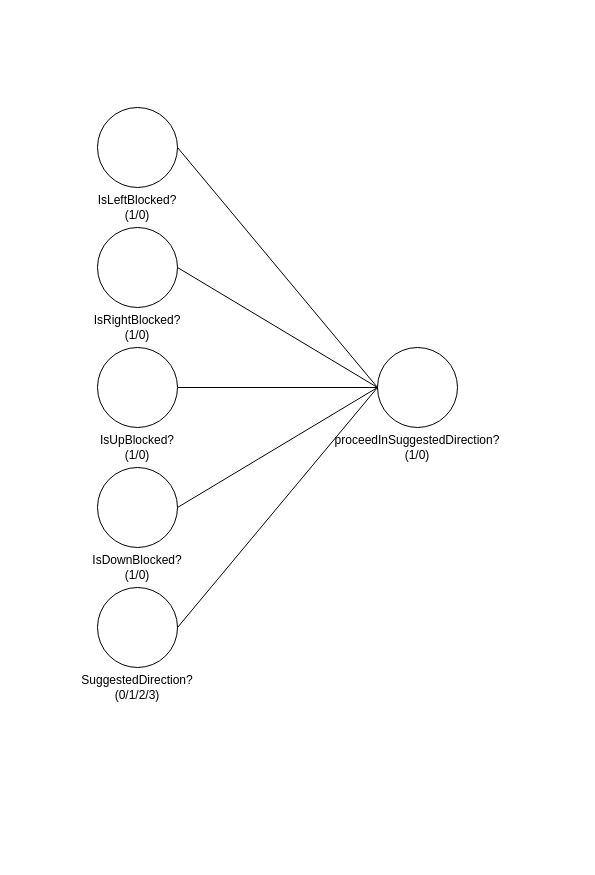
CormacAsGaeilge/Snake-Neural-Network-Project keeps this draw.io diagram as page "Page-1" (1 of 2) of docs/features_diagram.drawio. Above is the earlier version. Source tidied: cells renumbered, new cells numbered last; positions are measured from the earlier drawing's top-left corner, leaving out a move shared by most shapes. Both pictures are drawn from the tidied source at 100%, with x=0, y=0 at pixel (97, 107).
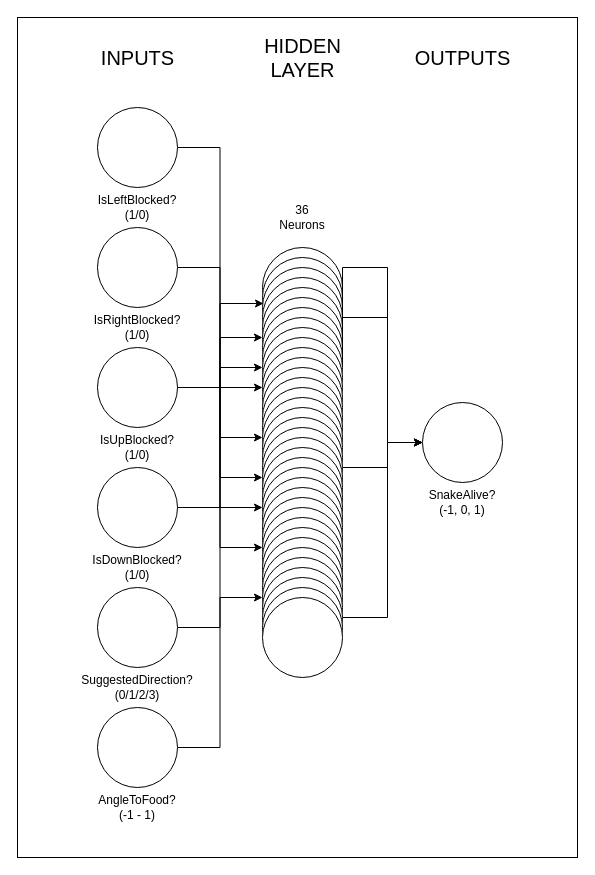
The same diagram, later.

Unchanged cells that the change refers to:
```xml
<mxCell id="2" style="ellipse;whiteSpace=wrap;html=1;" parent="1" vertex="1">
  <mxGeometry width="80" height="80" as="geometry" />
</mxCell>
<mxCell id="3" style="ellipse;whiteSpace=wrap;html=1;" parent="1" vertex="1">
  <mxGeometry y="120" width="80" height="80" as="geometry" />
</mxCell>
<mxCell id="4" style="ellipse;whiteSpace=wrap;html=1;" parent="1" vertex="1">
  <mxGeometry y="240" width="80" height="80" as="geometry" />
</mxCell>
<mxCell id="5" style="ellipse;whiteSpace=wrap;html=1;" parent="1" vertex="1">
  <mxGeometry y="480" width="80" height="80" as="geometry" />
</mxCell>
<mxCell id="16" style="ellipse;whiteSpace=wrap;html=1;" parent="1" vertex="1">
  <mxGeometry y="360" width="80" height="80" as="geometry" />
</mxCell>
```

The edit, as a diff of the source:
```diff
@@
+    <mxCell id="19" style="whiteSpace=wrap;html=1;" parent="1" vertex="1">
+      <mxGeometry x="-80" y="-90" width="560" height="840" as="geometry" />
+    </mxCell>
+    <mxCell id="20" style="edgeStyle=orthogonalEdgeStyle;rounded=0;jettySize=auto;html=1;exitX=1;exitY=0.5;exitDx=0;exitDy=0;entryX=0;entryY=0.5;entryDx=0;entryDy=0;" parent="1" edge="1" source="2" target="46">
+      <mxGeometry relative="1" as="geometry" />
+    </mxCell>
@@
+    <mxCell id="21" style="edgeStyle=orthogonalEdgeStyle;rounded=0;jettySize=auto;html=1;exitX=1;exitY=0.5;exitDx=0;exitDy=0;entryX=0;entryY=0.5;entryDx=0;entryDy=0;" parent="1" edge="1" source="3" target="59">
+      <mxGeometry relative="1" as="geometry" />
+    </mxCell>
@@
+    <mxCell id="22" style="edgeStyle=orthogonalEdgeStyle;rounded=0;jettySize=auto;html=1;exitX=1;exitY=0.5;exitDx=0;exitDy=0;entryX=0;entryY=0.5;entryDx=0;entryDy=0;" parent="1" edge="1" source="4" target="51">
+      <mxGeometry relative="1" as="geometry" />
+    </mxCell>
+    <mxCell id="23" style="edgeStyle=orthogonalEdgeStyle;rounded=0;jettySize=auto;html=1;exitX=1;exitY=0.5;exitDx=0;exitDy=0;entryX=0;entryY=0.5;entryDx=0;entryDy=0;" parent="1" edge="1" source="4" target="40">
+      <mxGeometry relative="1" as="geometry" />
+    </mxCell>
+    <mxCell id="24" style="edgeStyle=orthogonalEdgeStyle;rounded=0;jettySize=auto;html=1;exitX=1;exitY=0.5;exitDx=0;exitDy=0;entryX=0;entryY=0.5;entryDx=0;entryDy=0;" parent="1" edge="1" source="4" target="56">
+      <mxGeometry relative="1" as="geometry" />
+    </mxCell>
@@
+    <mxCell id="25" style="edgeStyle=orthogonalEdgeStyle;rounded=0;jettySize=auto;html=1;exitX=1;exitY=0.5;exitDx=0;exitDy=0;entryX=0;entryY=0.5;entryDx=0;entryDy=0;" parent="1" edge="1" source="5" target="72">
+      <mxGeometry relative="1" as="geometry" />
+    </mxCell>
@@
-    <mxCell id="6" style="ellipse;whiteSpace=wrap;html=1;" parent="1" vertex="1">
-      <mxGeometry x="280" y="240" width="80" height="80" as="geometry" />
-    </mxCell>
-    <mxCell id="7" style="endArrow=none;html=1;entryX=1;entryY=0.5;entryDx=0;entryDy=0;exitX=0;exitY=0.5;exitDx=0;exitDy=0;" parent="1" edge="1" source="6" target="2">
-      <mxGeometry relative="1" as="geometry" />
-    </mxCell>
-    <mxCell id="8" style="endArrow=none;html=1;entryX=1;entryY=0.5;entryDx=0;entryDy=0;exitX=0;exitY=0.5;exitDx=0;exitDy=0;" parent="1" edge="1" source="6" target="3">
-      <mxGeometry relative="1" as="geometry" />
-    </mxCell>
-    <mxCell id="9" style="endArrow=none;html=1;entryX=1;entryY=0.5;entryDx=0;entryDy=0;exitX=0;exitY=0.5;exitDx=0;exitDy=0;" parent="1" edge="1" source="6" target="4">
-      <mxGeometry relative="1" as="geometry" />
-    </mxCell>
-    <mxCell id="10" style="endArrow=none;html=1;entryX=1;entryY=0.5;entryDx=0;entryDy=0;exitX=0;exitY=0.5;exitDx=0;exitDy=0;" parent="1" edge="1" source="6" target="5">
-      <mxGeometry relative="1" as="geometry" />
-    </mxCell>
@@
-    <mxCell id="15" value="proceedInSuggestedDirection?(1/0)" style="text;html=1;strokeColor=none;fillColor=none;align=center;verticalAlign=middle;whiteSpace=wrap;rounded=0;" parent="1" vertex="1">
-      <mxGeometry x="300" y="330" width="40" height="20" as="geometry" />
-    </mxCell>
+    <mxCell id="26" style="edgeStyle=orthogonalEdgeStyle;rounded=0;jettySize=auto;html=1;exitX=1;exitY=0.5;exitDx=0;exitDy=0;entryX=0;entryY=0.5;entryDx=0;entryDy=0;" parent="1" edge="1" source="16" target="67">
+      <mxGeometry relative="1" as="geometry" />
+    </mxCell>
+    <mxCell id="27" style="edgeStyle=orthogonalEdgeStyle;rounded=0;jettySize=auto;html=1;exitX=1;exitY=0.5;exitDx=0;exitDy=0;entryX=0.013;entryY=0.325;entryDx=0;entryDy=0;entryPerimeter=0;" parent="1" edge="1" source="16" target="38">
+      <mxGeometry relative="1" as="geometry" />
+    </mxCell>
@@
-    <mxCell id="18" style="endArrow=none;html=1;entryX=1;entryY=0.5;entryDx=0;entryDy=0;exitX=0;exitY=0.5;exitDx=0;exitDy=0;" parent="1" edge="1" source="6" target="16">
-      <mxGeometry relative="1" as="geometry" />
-    </mxCell>
+    <mxCell id="28" style="ellipse;whiteSpace=wrap;html=1;" parent="1" vertex="1">
+      <mxGeometry x="325" y="295" width="80" height="80" as="geometry" />
+    </mxCell>
+    <mxCell id="29" value="SnakeAlive?&lt;br&gt;(-1, 0, 1)" style="text;html=1;strokeColor=none;fillColor=none;align=center;verticalAlign=middle;whiteSpace=wrap;rounded=0;" parent="1" vertex="1">
+      <mxGeometry x="345" y="385" width="40" height="20" as="geometry" />
+    </mxCell>
+    <mxCell id="30" value="&lt;font style=&quot;font-size: 20px&quot;&gt;INPUTS&lt;/font&gt;" style="text;html=1;align=center;verticalAlign=middle;" parent="1" vertex="1">
+      <mxGeometry x="-5" y="-60" width="90" height="20" as="geometry" />
+    </mxCell>
+    <mxCell id="31" value="&lt;font style=&quot;font-size: 20px&quot;&gt;OUTPUTS&lt;/font&gt;" style="text;html=1;align=center;verticalAlign=middle;" parent="1" vertex="1">
+      <mxGeometry x="310" y="-60" width="110" height="20" as="geometry" />
+    </mxCell>
+    <mxCell id="32" value="&lt;font style=&quot;font-size: 20px&quot;&gt;HIDDEN&lt;br&gt;LAYER&lt;br&gt;&lt;/font&gt;" style="text;html=1;align=center;verticalAlign=middle;" parent="1" vertex="1">
+      <mxGeometry x="160" y="-70" width="90" height="40" as="geometry" />
+    </mxCell>
+    <mxCell id="33" style="ellipse;whiteSpace=wrap;html=1;" parent="1" vertex="1">
+      <mxGeometry x="165" y="140" width="80" height="80" as="geometry" />
+    </mxCell>
+    <mxCell id="34" value="36&lt;br&gt;Neurons" style="text;html=1;strokeColor=none;fillColor=none;align=center;verticalAlign=middle;whiteSpace=wrap;rounded=0;" parent="1" vertex="1">
+      <mxGeometry x="185" y="100" width="40" height="20" as="geometry" />
+    </mxCell>
+    <mxCell id="35" style="ellipse;whiteSpace=wrap;html=1;" parent="1" vertex="1">
+      <mxGeometry x="165" y="150" width="80" height="80" as="geometry" />
+    </mxCell>
+    <mxCell id="36" style="ellipse;whiteSpace=wrap;html=1;" parent="1" vertex="1">
+      <mxGeometry x="165" y="160" width="80" height="80" as="geometry" />
+    </mxCell>
+    <mxCell id="37" style="edgeStyle=orthogonalEdgeStyle;rounded=0;jettySize=auto;html=1;exitX=1;exitY=0.5;exitDx=0;exitDy=0;entryX=0;entryY=0.5;entryDx=0;entryDy=0;" parent="1" edge="1" source="38" target="28">
+      <mxGeometry relative="1" as="geometry">
+        <Array as="points">
+          <mxPoint x="290" y="210" />
+          <mxPoint x="290" y="335" />
+        </Array>
+      </mxGeometry>
+    </mxCell>
+    <mxCell id="38" style="ellipse;whiteSpace=wrap;html=1;" parent="1" vertex="1">
+      <mxGeometry x="165" y="170" width="80" height="80" as="geometry" />
+    </mxCell>
+    <mxCell id="39" style="ellipse;whiteSpace=wrap;html=1;" parent="1" vertex="1">
+      <mxGeometry x="165" y="180" width="80" height="80" as="geometry" />
+    </mxCell>
+    <mxCell id="40" style="ellipse;whiteSpace=wrap;html=1;" parent="1" vertex="1">
+      <mxGeometry x="165" y="190" width="80" height="80" as="geometry" />
+    </mxCell>
+    <mxCell id="41" style="ellipse;whiteSpace=wrap;html=1;" parent="1" vertex="1">
+      <mxGeometry x="165" y="200" width="80" height="80" as="geometry" />
+    </mxCell>
+    <mxCell id="42" style="ellipse;whiteSpace=wrap;html=1;" parent="1" vertex="1">
+      <mxGeometry x="165" y="210" width="80" height="80" as="geometry" />
+    </mxCell>
+    <mxCell id="43" style="edgeStyle=orthogonalEdgeStyle;rounded=0;jettySize=auto;html=1;exitX=1;exitY=0.5;exitDx=0;exitDy=0;entryX=0;entryY=0.5;entryDx=0;entryDy=0;" parent="1" edge="1" source="44" target="28">
+      <mxGeometry relative="1" as="geometry">
+        <Array as="points">
+          <mxPoint x="245" y="160" />
+          <mxPoint x="290" y="160" />
+          <mxPoint x="290" y="335" />
+        </Array>
+      </mxGeometry>
+    </mxCell>
+    <mxCell id="44" style="ellipse;whiteSpace=wrap;html=1;" parent="1" vertex="1">
+      <mxGeometry x="165" y="220" width="80" height="80" as="geometry" />
+    </mxCell>
+    <mxCell id="45" style="ellipse;whiteSpace=wrap;html=1;" parent="1" vertex="1">
+      <mxGeometry x="165" y="230" width="80" height="80" as="geometry" />
+    </mxCell>
+    <mxCell id="46" style="ellipse;whiteSpace=wrap;html=1;" parent="1" vertex="1">
+      <mxGeometry x="165" y="240" width="80" height="80" as="geometry" />
+    </mxCell>
+    <mxCell id="47" style="ellipse;whiteSpace=wrap;html=1;" parent="1" vertex="1">
+      <mxGeometry x="165" y="250" width="80" height="80" as="geometry" />
+    </mxCell>
+    <mxCell id="48" style="ellipse;whiteSpace=wrap;html=1;" parent="1" vertex="1">
+      <mxGeometry x="165" y="260" width="80" height="80" as="geometry" />
+    </mxCell>
+    <mxCell id="49" style="ellipse;whiteSpace=wrap;html=1;" parent="1" vertex="1">
+      <mxGeometry x="165" y="270" width="80" height="80" as="geometry" />
+    </mxCell>
+    <mxCell id="50" style="ellipse;whiteSpace=wrap;html=1;" parent="1" vertex="1">
+      <mxGeometry x="165" y="280" width="80" height="80" as="geometry" />
+    </mxCell>
+    <mxCell id="51" style="ellipse;whiteSpace=wrap;html=1;" parent="1" vertex="1">
+      <mxGeometry x="165" y="290" width="80" height="80" as="geometry" />
+    </mxCell>
+    <mxCell id="52" style="ellipse;whiteSpace=wrap;html=1;" parent="1" vertex="1">
+      <mxGeometry x="165" y="300" width="80" height="80" as="geometry" />
+    </mxCell>
+    <mxCell id="53" style="ellipse;whiteSpace=wrap;html=1;" parent="1" vertex="1">
+      <mxGeometry x="165" y="310" width="80" height="80" as="geometry" />
+    </mxCell>
+    <mxCell id="54" style="edgeStyle=orthogonalEdgeStyle;rounded=0;jettySize=auto;html=1;exitX=1;exitY=0.5;exitDx=0;exitDy=0;entryX=0;entryY=0.5;entryDx=0;entryDy=0;" parent="1" edge="1" source="55" target="28">
+      <mxGeometry relative="1" as="geometry">
+        <Array as="points">
+          <mxPoint x="290" y="360" />
+          <mxPoint x="290" y="335" />
+        </Array>
+      </mxGeometry>
+    </mxCell>
+    <mxCell id="55" style="ellipse;whiteSpace=wrap;html=1;" parent="1" vertex="1">
+      <mxGeometry x="165" y="320" width="80" height="80" as="geometry" />
+    </mxCell>
+    <mxCell id="56" style="ellipse;whiteSpace=wrap;html=1;" parent="1" vertex="1">
+      <mxGeometry x="165" y="330" width="80" height="80" as="geometry" />
+    </mxCell>
+    <mxCell id="57" style="ellipse;whiteSpace=wrap;html=1;" parent="1" vertex="1">
+      <mxGeometry x="165" y="340" width="80" height="80" as="geometry" />
+    </mxCell>
+    <mxCell id="58" style="ellipse;whiteSpace=wrap;html=1;" parent="1" vertex="1">
+      <mxGeometry x="165" y="350" width="80" height="80" as="geometry" />
+    </mxCell>
+    <mxCell id="59" style="ellipse;whiteSpace=wrap;html=1;" parent="1" vertex="1">
+      <mxGeometry x="165" y="360" width="80" height="80" as="geometry" />
+    </mxCell>
+    <mxCell id="60" style="ellipse;whiteSpace=wrap;html=1;" parent="1" vertex="1">
+      <mxGeometry x="165" y="370" width="80" height="80" as="geometry" />
+    </mxCell>
+    <mxCell id="61" style="edgeStyle=orthogonalEdgeStyle;rounded=0;jettySize=auto;html=1;exitX=1;exitY=0.5;exitDx=0;exitDy=0;entryX=0;entryY=0.5;entryDx=0;entryDy=0;" parent="1" edge="1" source="74" target="28">
+      <mxGeometry relative="1" as="geometry">
+        <Array as="points">
+          <mxPoint x="290" y="510" />
+          <mxPoint x="290" y="335" />
+        </Array>
+      </mxGeometry>
+    </mxCell>
+    <mxCell id="62" style="ellipse;whiteSpace=wrap;html=1;" parent="1" vertex="1">
+      <mxGeometry x="165" y="380" width="80" height="80" as="geometry" />
+    </mxCell>
+    <mxCell id="63" style="edgeStyle=orthogonalEdgeStyle;rounded=0;jettySize=auto;html=1;exitX=1;exitY=0.5;exitDx=0;exitDy=0;entryX=0;entryY=0.5;entryDx=0;entryDy=0;" parent="1" edge="1" source="64" target="44">
+      <mxGeometry relative="1" as="geometry" />
+    </mxCell>
+    <mxCell id="64" style="ellipse;whiteSpace=wrap;html=1;" parent="1" vertex="1">
+      <mxGeometry y="600" width="80" height="80" as="geometry" />
+    </mxCell>
+    <mxCell id="65" value="AngleToFood?(-1 - 1)" style="text;html=1;strokeColor=none;fillColor=none;align=center;verticalAlign=middle;whiteSpace=wrap;rounded=0;" parent="1" vertex="1">
+      <mxGeometry x="20" y="690" width="40" height="20" as="geometry" />
+    </mxCell>
+    <mxCell id="66" style="ellipse;whiteSpace=wrap;html=1;" parent="1" vertex="1">
+      <mxGeometry x="165" y="390" width="80" height="80" as="geometry" />
+    </mxCell>
+    <mxCell id="67" style="ellipse;whiteSpace=wrap;html=1;" parent="1" vertex="1">
+      <mxGeometry x="165" y="400" width="80" height="80" as="geometry" />
+    </mxCell>
+    <mxCell id="68" style="ellipse;whiteSpace=wrap;html=1;" parent="1" vertex="1">
+      <mxGeometry x="165" y="410" width="80" height="80" as="geometry" />
+    </mxCell>
+    <mxCell id="69" style="ellipse;whiteSpace=wrap;html=1;" parent="1" vertex="1">
+      <mxGeometry x="165" y="420" width="80" height="80" as="geometry" />
+    </mxCell>
+    <mxCell id="70" style="ellipse;whiteSpace=wrap;html=1;" parent="1" vertex="1">
+      <mxGeometry x="165" y="430" width="80" height="80" as="geometry" />
+    </mxCell>
+    <mxCell id="71" style="ellipse;whiteSpace=wrap;html=1;" parent="1" vertex="1">
+      <mxGeometry x="165" y="440" width="80" height="80" as="geometry" />
+    </mxCell>
+    <mxCell id="72" style="ellipse;whiteSpace=wrap;html=1;" parent="1" vertex="1">
+      <mxGeometry x="165" y="450" width="80" height="80" as="geometry" />
+    </mxCell>
+    <mxCell id="73" style="ellipse;whiteSpace=wrap;html=1;" parent="1" vertex="1">
+      <mxGeometry x="165" y="460" width="80" height="80" as="geometry" />
+    </mxCell>
+    <mxCell id="74" style="ellipse;whiteSpace=wrap;html=1;" parent="1" vertex="1">
+      <mxGeometry x="165" y="470" width="80" height="80" as="geometry" />
+    </mxCell>
+    <mxCell id="75" style="ellipse;whiteSpace=wrap;html=1;" parent="1" vertex="1">
+      <mxGeometry x="165" y="480" width="80" height="80" as="geometry" />
+    </mxCell>
+    <mxCell id="76" style="ellipse;whiteSpace=wrap;html=1;" parent="1" vertex="1">
+      <mxGeometry x="165" y="490" width="80" height="80" as="geometry" />
+    </mxCell>
```
